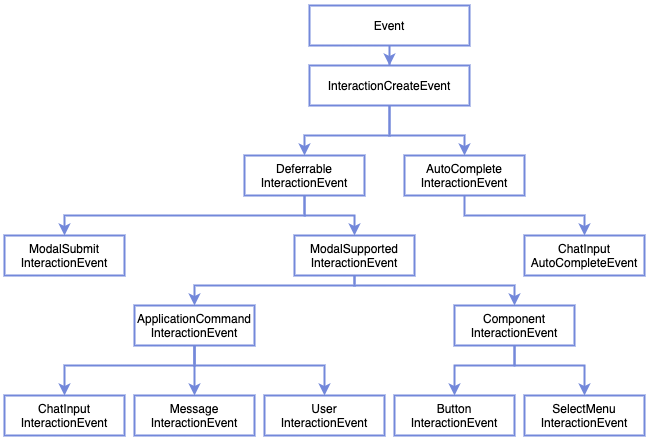
Above: core/src/main/java/discord4j/core/event/domain/interaction/doc-files/InteractionCreateEvent.png in Discord4J/Discord4J (draw.io), before the change. Source tidied: cells renumbered, new cells last; positions are measured from the earlier drawing's top-left corner, leaving out a move shared by most shapes.
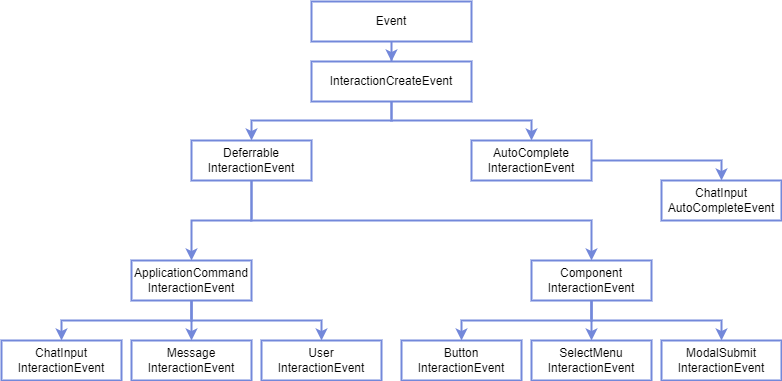
The same file after the commit.

The edit, as a diff of the source:
```diff
@@ -6,126 +6,111 @@
       <mxGeometry relative="1" as="geometry" />
     </mxCell>
     <mxCell id="3" value="Event" style="rounded=0;whiteSpace=wrap;html=1;strokeColor=#7388DA;strokeWidth=2;" parent="1" vertex="1">
-      <mxGeometry x="305" width="160" height="40" as="geometry" />
+      <mxGeometry x="320" y="11" width="160" height="40" as="geometry" />
     </mxCell>
-    <mxCell id="4" style="edgeStyle=orthogonalEdgeStyle;rounded=0;jettySize=auto;html=1;entryX=0.5;entryY=0;entryDx=0;entryDy=0;strokeColor=#7388DA;strokeWidth=2;" parent="1" edge="1" source="6" target="9">
+    <mxCell id="4" style="edgeStyle=orthogonalEdgeStyle;rounded=0;jettySize=auto;html=1;entryX=0.5;entryY=0;entryDx=0;entryDy=0;strokeColor=#7388DA;strokeWidth=2;exitX=0.5;exitY=1;exitDx=0;exitDy=0;" parent="1" edge="1" source="6" target="9">
       <mxGeometry relative="1" as="geometry">
         <Array as="points">
-          <mxPoint x="385" y="130" />
-          <mxPoint x="300" y="130" />
+          <mxPoint x="400" y="130" />
+          <mxPoint x="260" y="130" />
         </Array>
       </mxGeometry>
     </mxCell>
-    <mxCell id="5" style="edgeStyle=orthogonalEdgeStyle;rounded=0;jettySize=auto;html=1;entryX=0.5;entryY=0;entryDx=0;entryDy=0;strokeColor=#7388DA;strokeWidth=2;" parent="1" edge="1" source="6" target="11">
+    <mxCell id="5" style="edgeStyle=orthogonalEdgeStyle;rounded=0;jettySize=auto;html=1;entryX=0.5;entryY=0;entryDx=0;entryDy=0;strokeColor=#7388DA;strokeWidth=2;exitX=0.5;exitY=1;exitDx=0;exitDy=0;" parent="1" edge="1" source="6" target="11">
       <mxGeometry relative="1" as="geometry">
         <Array as="points">
-          <mxPoint x="385" y="130" />
-          <mxPoint x="460" y="130" />
+          <mxPoint x="400" y="130" />
+          <mxPoint x="540" y="130" />
         </Array>
       </mxGeometry>
     </mxCell>
     <mxCell id="6" value="InteractionCreateEvent" style="rounded=0;whiteSpace=wrap;html=1;strokeColor=#7388DA;strokeWidth=2;" parent="1" vertex="1">
-      <mxGeometry x="305" y="60" width="160" height="40" as="geometry" />
+      <mxGeometry x="320" y="71" width="160" height="40" as="geometry" />
     </mxCell>
-    <mxCell id="7" style="edgeStyle=orthogonalEdgeStyle;rounded=0;jettySize=auto;html=1;strokeColor=#7388DA;strokeWidth=2;" parent="1" edge="1" source="9" target="25">
-      <mxGeometry relative="1" as="geometry">
-        <Array as="points">
-          <mxPoint x="300" y="210" />
-        </Array>
-      </mxGeometry>
-    </mxCell>
-    <mxCell id="8" style="edgeStyle=orthogonalEdgeStyle;rounded=0;jettySize=auto;html=1;entryX=0.5;entryY=0;entryDx=0;entryDy=0;strokeColor=#7388DA;strokeWidth=2;" parent="1" edge="1" source="9" target="28">
-      <mxGeometry relative="1" as="geometry" />
-    </mxCell>
+    <mxCell id="29" style="edgeStyle=orthogonalEdgeStyle;rounded=0;jettySize=auto;html=1;entryX=0.5;entryY=0;entryDx=0;entryDy=0;strokeColor=#7388DA;strokeWidth=2;exitX=0.5;exitY=1;exitDx=0;exitDy=0;" parent="1" edge="1" source="9" target="21">
+      <mxGeometry relative="1" as="geometry">
+        <Array as="points">
+          <mxPoint x="260" y="230" />
+          <mxPoint x="600" y="230" />
+        </Array>
+      </mxGeometry>
+    </mxCell>
+    <mxCell id="30" style="edgeStyle=orthogonalEdgeStyle;rounded=0;jettySize=auto;html=1;entryX=0.5;entryY=0;entryDx=0;entryDy=0;strokeColor=#7388DA;strokeWidth=2;exitX=0.5;exitY=1;exitDx=0;exitDy=0;" parent="1" edge="1" source="9" target="15">
+      <mxGeometry relative="1" as="geometry">
+        <Array as="points">
+          <mxPoint x="260" y="230" />
+          <mxPoint x="200" y="230" />
+        </Array>
+      </mxGeometry>
+    </mxCell>
     <mxCell id="9" value="Deferrable&lt;br&gt;InteractionEvent" style="rounded=0;whiteSpace=wrap;html=1;strokeColor=#7388DA;strokeWidth=2;" parent="1" vertex="1">
-      <mxGeometry x="240" y="150" width="120" height="40" as="geometry" />
+      <mxGeometry x="200" y="150" width="120" height="40" as="geometry" />
     </mxCell>
-    <mxCell id="10" style="edgeStyle=orthogonalEdgeStyle;rounded=0;jettySize=auto;html=1;entryX=0.5;entryY=0;entryDx=0;entryDy=0;strokeColor=#7388DA;strokeWidth=2;" parent="1" edge="1" source="11" target="24">
+    <mxCell id="10" style="edgeStyle=orthogonalEdgeStyle;rounded=0;jettySize=auto;html=1;entryX=0.5;entryY=0;entryDx=0;entryDy=0;strokeColor=#7388DA;strokeWidth=2;exitX=1;exitY=0.5;exitDx=0;exitDy=0;" parent="1" edge="1" source="11" target="24">
       <mxGeometry relative="1" as="geometry" />
     </mxCell>
     <mxCell id="11" value="AutoComplete&lt;br&gt;InteractionEvent" style="rounded=0;whiteSpace=wrap;html=1;strokeColor=#7388DA;strokeWidth=2;" parent="1" vertex="1">
-      <mxGeometry x="400" y="150" width="120" height="40" as="geometry" />
+      <mxGeometry x="480" y="150" width="120" height="40" as="geometry" />
     </mxCell>
+    <mxCell id="13" style="edgeStyle=orthogonalEdgeStyle;rounded=0;jettySize=auto;html=1;entryX=0.5;entryY=0;entryDx=0;entryDy=0;strokeColor=#7388DA;strokeWidth=2;exitX=0.5;exitY=1;exitDx=0;exitDy=0;" parent="1" edge="1" source="15" target="16">
+      <mxGeometry relative="1" as="geometry" />
+    </mxCell>
     <mxCell id="12" style="edgeStyle=orthogonalEdgeStyle;rounded=0;jettySize=auto;html=1;entryX=0.5;entryY=0;entryDx=0;entryDy=0;strokeColor=#7388DA;strokeWidth=2;" parent="1" edge="1" source="15" target="17">
       <mxGeometry relative="1" as="geometry" />
     </mxCell>
-    <mxCell id="13" style="edgeStyle=orthogonalEdgeStyle;rounded=0;jettySize=auto;html=1;entryX=0.5;entryY=0;entryDx=0;entryDy=0;strokeColor=#7388DA;strokeWidth=2;" parent="1" edge="1" source="15" target="16">
-      <mxGeometry relative="1" as="geometry">
-        <Array as="points">
-          <mxPoint x="190" y="360" />
-          <mxPoint x="60" y="360" />
-        </Array>
-      </mxGeometry>
-    </mxCell>
-    <mxCell id="14" style="edgeStyle=orthogonalEdgeStyle;rounded=0;jettySize=auto;html=1;entryX=0.5;entryY=0;entryDx=0;entryDy=0;strokeColor=#7388DA;strokeWidth=2;" parent="1" edge="1" source="15" target="18">
+    <mxCell id="14" style="edgeStyle=orthogonalEdgeStyle;rounded=0;jettySize=auto;html=1;entryX=0.5;entryY=0;entryDx=0;entryDy=0;strokeColor=#7388DA;strokeWidth=2;entryPerimeter=0;exitX=0.5;exitY=1;exitDx=0;exitDy=0;" parent="1" edge="1" source="15" target="18">
       <mxGeometry relative="1" as="geometry">
         <Array as="points">
-          <mxPoint x="190" y="360" />
-          <mxPoint x="320" y="360" />
+          <mxPoint x="200" y="330" />
+          <mxPoint x="330" y="330" />
         </Array>
       </mxGeometry>
     </mxCell>
     <mxCell id="15" value="ApplicationCommand&lt;br&gt;InteractionEvent" style="rounded=0;whiteSpace=wrap;html=1;strokeColor=#7388DA;strokeWidth=2;" parent="1" vertex="1">
-      <mxGeometry x="130" y="300" width="120" height="40" as="geometry" />
+      <mxGeometry x="140" y="270" width="120" height="40" as="geometry" />
     </mxCell>
     <mxCell id="16" value="ChatInput&lt;br&gt;InteractionEvent" style="rounded=0;whiteSpace=wrap;html=1;strokeColor=#7388DA;strokeWidth=2;" parent="1" vertex="1">
-      <mxGeometry y="390" width="120" height="40" as="geometry" />
+      <mxGeometry x="10" y="350" width="120" height="40" as="geometry" />
     </mxCell>
     <mxCell id="17" value="Message&lt;br&gt;InteractionEvent" style="rounded=0;whiteSpace=wrap;html=1;strokeColor=#7388DA;strokeWidth=2;" parent="1" vertex="1">
-      <mxGeometry x="130" y="390" width="120" height="40" as="geometry" />
+      <mxGeometry x="140" y="350" width="120" height="40" as="geometry" />
     </mxCell>
     <mxCell id="18" value="User&lt;br&gt;InteractionEvent" style="rounded=0;whiteSpace=wrap;html=1;strokeColor=#7388DA;strokeWidth=2;" parent="1" vertex="1">
-      <mxGeometry x="260" y="390" width="120" height="40" as="geometry" />
+      <mxGeometry x="270" y="350" width="120" height="40" as="geometry" />
     </mxCell>
-    <mxCell id="19" style="edgeStyle=orthogonalEdgeStyle;rounded=0;jettySize=auto;html=1;entryX=0.5;entryY=0;entryDx=0;entryDy=0;strokeColor=#7388DA;strokeWidth=2;" parent="1" edge="1" source="21" target="22">
-      <mxGeometry relative="1" as="geometry">
-        <Array as="points">
-          <mxPoint x="510" y="360" />
-          <mxPoint x="450" y="360" />
-        </Array>
-      </mxGeometry>
+    <mxCell id="19" style="edgeStyle=orthogonalEdgeStyle;rounded=0;jettySize=auto;html=1;entryX=0.5;entryY=0;entryDx=0;entryDy=0;strokeColor=#7388DA;strokeWidth=2;exitX=0.5;exitY=1;exitDx=0;exitDy=0;" parent="1" edge="1" source="21" target="22">
+      <mxGeometry relative="1" as="geometry" />
     </mxCell>
-    <mxCell id="20" style="edgeStyle=orthogonalEdgeStyle;rounded=0;jettySize=auto;html=1;entryX=0.5;entryY=0;entryDx=0;entryDy=0;strokeColor=#7388DA;strokeWidth=2;" parent="1" edge="1" source="21" target="23">
+    <mxCell id="20" style="edgeStyle=orthogonalEdgeStyle;rounded=0;jettySize=auto;html=1;entryX=0.5;entryY=0;entryDx=0;entryDy=0;strokeColor=#7388DA;strokeWidth=2;exitX=0.5;exitY=1;exitDx=0;exitDy=0;" parent="1" edge="1" source="21" target="23">
       <mxGeometry relative="1" as="geometry">
         <Array as="points">
-          <mxPoint x="510" y="360" />
-          <mxPoint x="580" y="360" />
+          <mxPoint x="600" y="320" />
+          <mxPoint x="600" y="320" />
         </Array>
       </mxGeometry>
     </mxCell>
     <mxCell id="21" value="Component&lt;br&gt;InteractionEvent" style="rounded=0;whiteSpace=wrap;html=1;strokeColor=#7388DA;strokeWidth=2;" parent="1" vertex="1">
-      <mxGeometry x="450" y="300" width="120" height="40" as="geometry" />
+      <mxGeometry x="540" y="270" width="120" height="40" as="geometry" />
     </mxCell>
     <mxCell id="22" value="Button&lt;br&gt;InteractionEvent" style="rounded=0;whiteSpace=wrap;html=1;strokeColor=#7388DA;strokeWidth=2;" parent="1" vertex="1">
-      <mxGeometry x="390" y="390" width="120" height="40" as="geometry" />
+      <mxGeometry x="410" y="350" width="120" height="40" as="geometry" />
     </mxCell>
     <mxCell id="23" value="SelectMenu&lt;br&gt;InteractionEvent" style="rounded=0;whiteSpace=wrap;html=1;strokeColor=#7388DA;strokeWidth=2;" parent="1" vertex="1">
-      <mxGeometry x="520" y="390" width="120" height="40" as="geometry" />
+      <mxGeometry x="540" y="350" width="120" height="40" as="geometry" />
     </mxCell>
     <mxCell id="24" value="ChatInput&lt;br&gt;AutoCompleteEvent" style="rounded=0;whiteSpace=wrap;html=1;strokeColor=#7388DA;strokeWidth=2;" parent="1" vertex="1">
-      <mxGeometry x="520" y="230" width="120" height="40" as="geometry" />
+      <mxGeometry x="670" y="190" width="120" height="40" as="geometry" />
     </mxCell>
     <mxCell id="25" value="ModalSubmit&lt;br&gt;InteractionEvent" style="rounded=0;whiteSpace=wrap;html=1;strokeColor=#7388DA;strokeWidth=2;" parent="1" vertex="1">
-      <mxGeometry y="230" width="120" height="40" as="geometry" />
+      <mxGeometry x="670" y="350" width="120" height="40" as="geometry" />
     </mxCell>
-    <mxCell id="26" style="edgeStyle=orthogonalEdgeStyle;rounded=0;jettySize=auto;html=1;entryX=0.5;entryY=0;entryDx=0;entryDy=0;strokeColor=#7388DA;strokeWidth=2;" parent="1" edge="1" source="28" target="21">
-      <mxGeometry relative="1" as="geometry">
-        <Array as="points">
-          <mxPoint x="350" y="280" />
-          <mxPoint x="510" y="280" />
-        </Array>
-      </mxGeometry>
-    </mxCell>
-    <mxCell id="27" style="edgeStyle=orthogonalEdgeStyle;rounded=0;jettySize=auto;html=1;strokeColor=#7388DA;strokeWidth=2;" parent="1" edge="1" source="28" target="15">
-      <mxGeometry relative="1" as="geometry">
-        <Array as="points">
-          <mxPoint x="350" y="280" />
-          <mxPoint x="190" y="280" />
-        </Array>
-      </mxGeometry>
-    </mxCell>
-    <mxCell id="28" value="ModalSupported&lt;br&gt;InteractionEvent" style="rounded=0;whiteSpace=wrap;html=1;strokeColor=#7388DA;strokeWidth=2;" parent="1" vertex="1">
-      <mxGeometry x="290" y="230" width="120" height="40" as="geometry" />
-    </mxCell>
+    <mxCell id="31" style="edgeStyle=orthogonalEdgeStyle;rounded=0;jettySize=auto;html=1;entryX=0.5;entryY=0;entryDx=0;entryDy=0;strokeColor=#7388DA;strokeWidth=2;exitX=0.5;exitY=1;exitDx=0;exitDy=0;" parent="1" edge="1" source="21" target="25">
+      <mxGeometry relative="1" as="geometry">
+        <Array as="points">
+          <mxPoint x="600" y="330" />
+          <mxPoint x="730" y="330" />
+        </Array>
+      </mxGeometry>
+    </mxCell>
   </root>
 </mxGraphModel>
```
